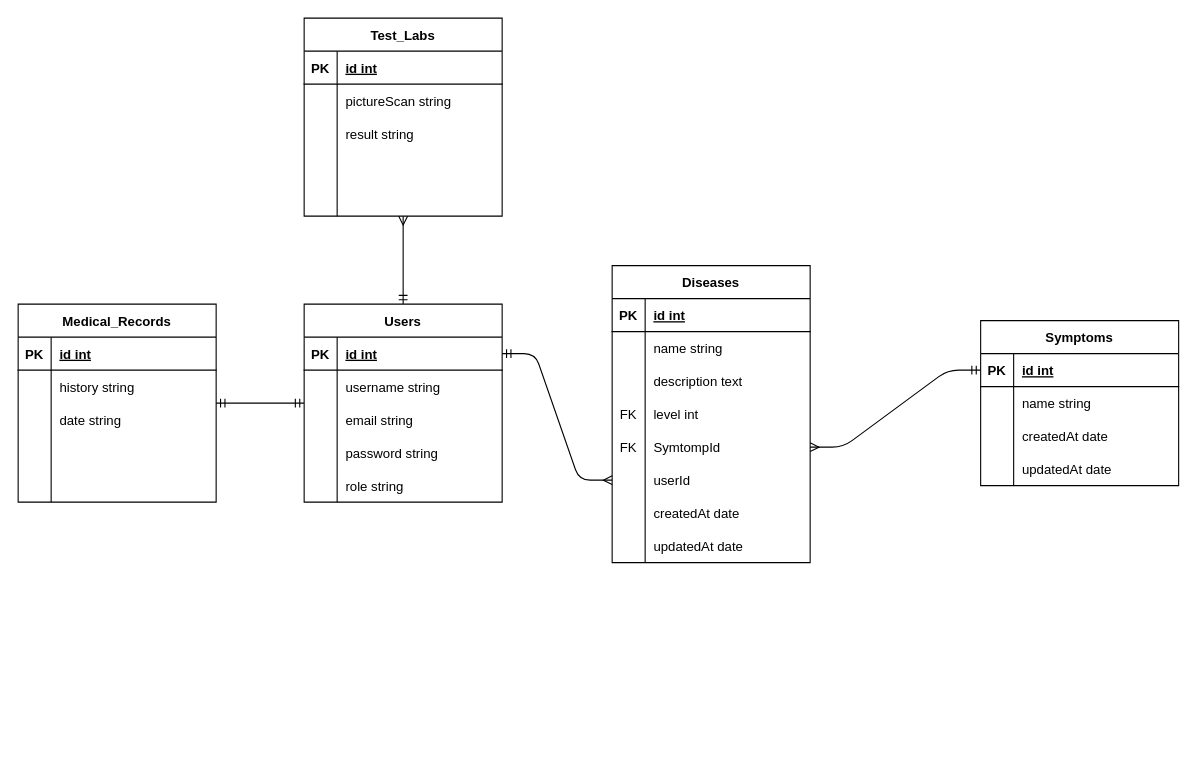
yehezkielt/phase1project keeps this draw.io diagram as ERD.drawio. Above is the earlier version. Source tidied: cells renumbered, new cells numbered last; positions are measured from the earlier drawing's top-left corner, leaving out a move shared by most shapes. Both pictures are drawn from the tidied source at 110%, with x=0, y=0 at pixel (18, 18).
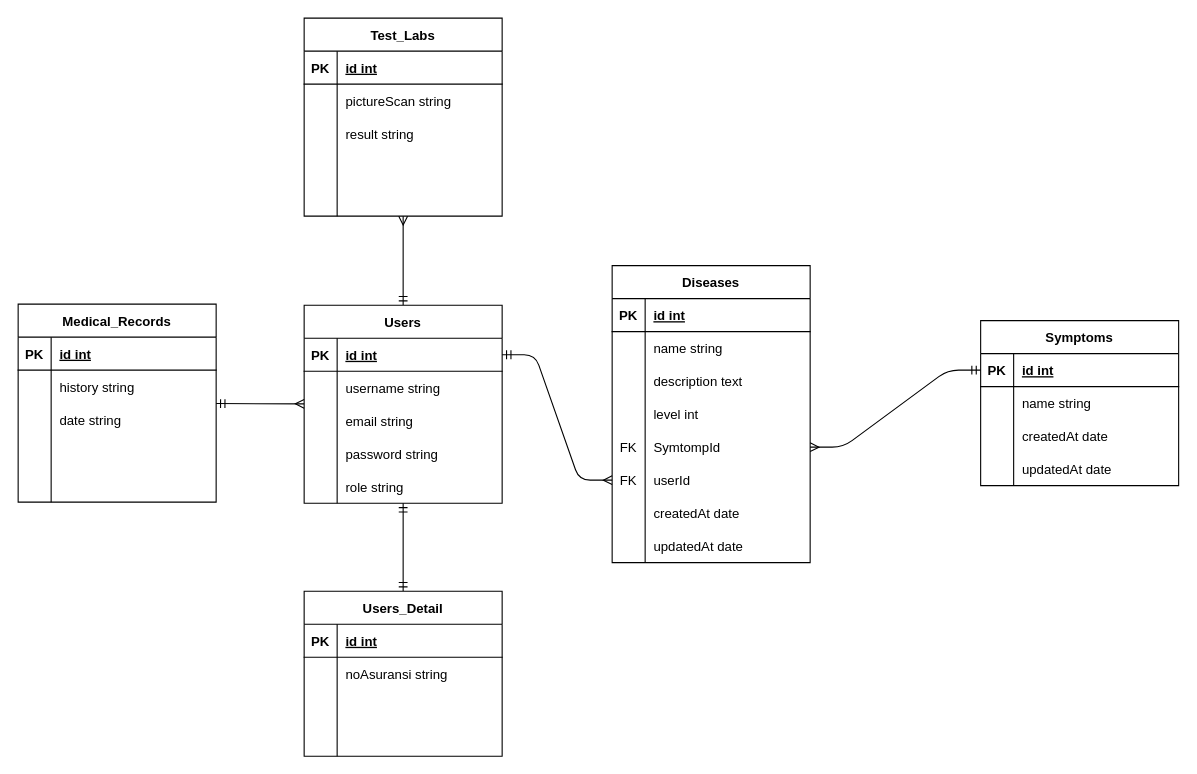
After the change.

The change refers to these unchanged cells:
```xml
<mxCell id="30" style="shape=tableRow;horizontal=0;startSize=0;swimlaneHead=0;swimlaneBody=0;fillColor=none;top=0;left=0;right=0;bottom=0;" parent="20" vertex="1">
  <mxGeometry y="120" width="180" height="30" as="geometry" />
</mxCell>
<mxCell id="36" style="shape=tableRow;horizontal=0;startSize=0;swimlaneHead=0;swimlaneBody=0;fillColor=none;points=[[0,0.5],[1,0.5]];portConstraint=eastwest;top=0;left=0;right=0;bottom=0;" parent="20" vertex="1">
  <mxGeometry y="180" width="180" height="30" as="geometry" />
</mxCell>
<mxCell id="60" value="Medical_Records" style="shape=table;startSize=30;childLayout=tableLayout;rowLines=0;fontStyle=1;align=center;" parent="1" vertex="1">
  <mxGeometry y="260" width="180" height="180" as="geometry" />
</mxCell>
```

The edit, as a diff of the source:
```diff
@@
-    <mxCell id="2" style="edgeStyle=none;html=1;startArrow=ERmandOne;startFill=0;endArrow=ERmandOne;endFill=0;" parent="1" edge="1" source="4" target="60">
+    <mxCell id="2" style="edgeStyle=none;html=1;startArrow=ERmany;startFill=0;endArrow=ERmandOne;endFill=0;" parent="1" edge="1" source="4" target="60">
       <mxGeometry relative="1" as="geometry" />
     </mxCell>
@@
+    <mxCell id="92" style="edgeStyle=none;html=1;startArrow=ERmandOne;startFill=0;endArrow=ERmandOne;endFill=0;" parent="1" edge="1" source="4" target="93">
+      <mxGeometry relative="1" as="geometry" />
+    </mxCell>
     <mxCell id="4" value="Users" style="shape=table;startSize=30;childLayout=tableLayout;rowLines=0;fontStyle=1;align=center;" parent="1" vertex="1">
-      <mxGeometry x="260" y="260" width="180" height="180" as="geometry" />
+      <mxGeometry x="260" y="261" width="180" height="180" as="geometry" />
     </mxCell>
@@
-    <mxCell id="31" value="FK" style="shape=partialRectangle;fillColor=none;top=0;left=0;bottom=0;right=0;overflow=hidden;" parent="30" vertex="1">
+    <mxCell id="31" style="shape=partialRectangle;fillColor=none;top=0;left=0;bottom=0;right=0;overflow=hidden;" parent="30" vertex="1">
       <mxGeometry width="30" height="30" as="geometry" />
     </mxCell>
@@
-    <mxCell id="37" style="shape=partialRectangle;fillColor=none;top=0;left=0;bottom=0;right=0;overflow=hidden;" parent="36" vertex="1">
+    <mxCell id="37" value="FK" style="shape=partialRectangle;fillColor=none;top=0;left=0;bottom=0;right=0;overflow=hidden;" parent="36" vertex="1">
       <mxGeometry width="30" height="30" as="geometry" />
     </mxCell>
@@
+    <mxCell id="93" value="Users_Detail" style="shape=table;startSize=30;childLayout=tableLayout;rowLines=0;fontStyle=1;align=center;" parent="1" vertex="1">
+      <mxGeometry x="260" y="521" width="180" height="150" as="geometry" />
+    </mxCell>
+    <mxCell id="94" style="shape=tableRow;horizontal=0;startSize=0;swimlaneHead=0;swimlaneBody=0;fillColor=none;top=0;left=0;right=0;bottom=1;" parent="93" vertex="1">
+      <mxGeometry y="30" width="180" height="30" as="geometry" />
+    </mxCell>
+    <mxCell id="95" value="PK" style="shape=partialRectangle;fillColor=none;top=0;left=0;bottom=0;right=0;fontStyle=1;overflow=hidden;" parent="94" vertex="1">
+      <mxGeometry width="30" height="30" as="geometry" />
+    </mxCell>
+    <mxCell id="96" value="id int" style="shape=partialRectangle;fillColor=none;top=0;left=0;bottom=0;right=0;align=left;spacingLeft=6;fontStyle=5;overflow=hidden;" parent="94" vertex="1">
+      <mxGeometry x="30" width="150" height="30" as="geometry" />
+    </mxCell>
+    <mxCell id="97" style="shape=tableRow;horizontal=0;startSize=0;swimlaneHead=0;swimlaneBody=0;fillColor=none;top=0;left=0;right=0;bottom=0;" parent="93" vertex="1">
+      <mxGeometry y="60" width="180" height="30" as="geometry" />
+    </mxCell>
+    <mxCell id="98" style="shape=partialRectangle;fillColor=none;top=0;left=0;bottom=0;right=0;overflow=hidden;" parent="97" vertex="1">
+      <mxGeometry width="30" height="30" as="geometry" />
+    </mxCell>
+    <mxCell id="99" value="noAsuransi string" style="shape=partialRectangle;fillColor=none;top=0;left=0;bottom=0;right=0;align=left;spacingLeft=6;overflow=hidden;" parent="97" vertex="1">
+      <mxGeometry x="30" width="150" height="30" as="geometry" />
+    </mxCell>
+    <mxCell id="100" style="shape=tableRow;horizontal=0;startSize=0;swimlaneHead=0;swimlaneBody=0;fillColor=none;top=0;left=0;right=0;bottom=0;" parent="93" vertex="1">
+      <mxGeometry y="90" width="180" height="30" as="geometry" />
+    </mxCell>
+    <mxCell id="101" style="shape=partialRectangle;fillColor=none;top=0;left=0;bottom=0;right=0;overflow=hidden;" parent="100" vertex="1">
+      <mxGeometry width="30" height="30" as="geometry" />
+    </mxCell>
+    <mxCell id="102" style="shape=partialRectangle;fillColor=none;top=0;left=0;bottom=0;right=0;align=left;spacingLeft=6;overflow=hidden;" parent="100" vertex="1">
+      <mxGeometry x="30" width="150" height="30" as="geometry" />
+    </mxCell>
+    <mxCell id="103" style="shape=tableRow;horizontal=0;startSize=0;swimlaneHead=0;swimlaneBody=0;fillColor=none;top=0;left=0;right=0;bottom=0;" parent="93" vertex="1">
+      <mxGeometry y="120" width="180" height="30" as="geometry" />
+    </mxCell>
+    <mxCell id="104" style="shape=partialRectangle;fillColor=none;top=0;left=0;bottom=0;right=0;overflow=hidden;" parent="103" vertex="1">
+      <mxGeometry width="30" height="30" as="geometry" />
+    </mxCell>
+    <mxCell id="105" style="shape=partialRectangle;fillColor=none;top=0;left=0;bottom=0;right=0;align=left;spacingLeft=6;overflow=hidden;" parent="103" vertex="1">
+      <mxGeometry x="30" width="150" height="30" as="geometry" />
+    </mxCell>
```
